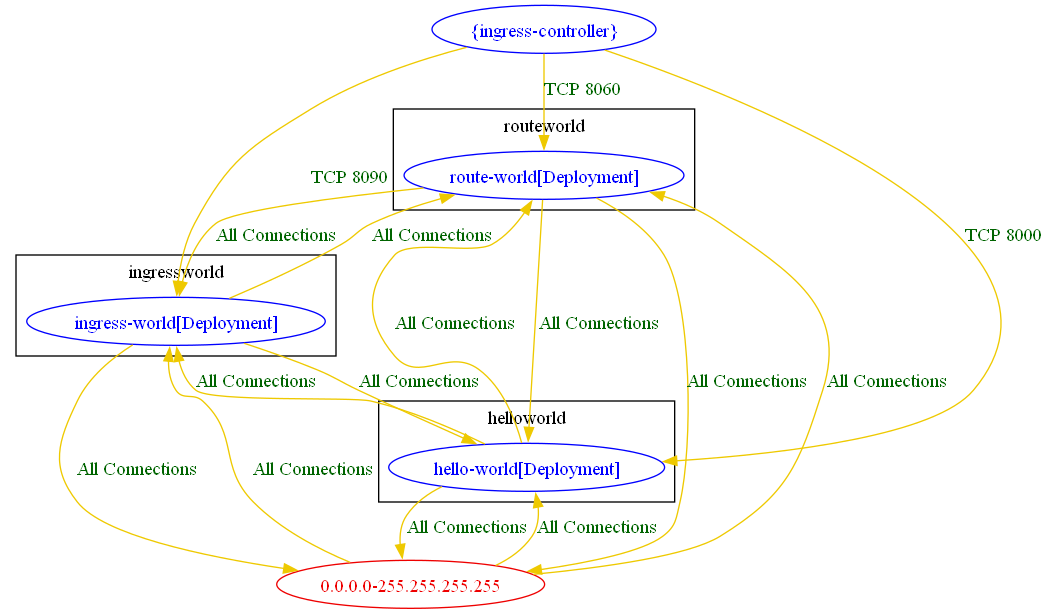
The Graphviz diagram test_outputs/connlist/demo_app_with_routes_and_ingress_connlist_output.dot.png in np-guard/netpol-analyzer, before a commit. Its source is kept beside it as test_outputs/connlist/demo_app_with_routes_and_ingress_connlist_output.dot.
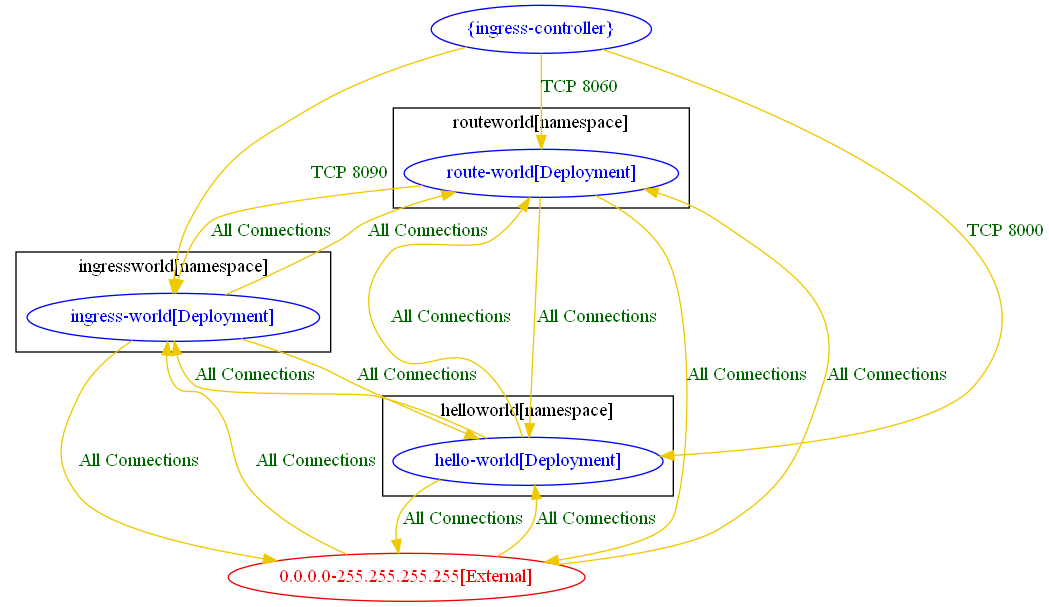
The same diagram one commit later.

Change to the diagram source:
```diff
@@ -1,34 +1,34 @@
 digraph {
-	subgraph "cluster_helloworld" {
+	subgraph "cluster_helloworld[namespace]" {
 		color="black"
 		fontcolor="black"
 		"helloworld/hello-world[Deployment]" [label="hello-world[Deployment]" color="blue" fontcolor="blue"]
-		label="helloworld"
+		label="helloworld[namespace]"
 	}
-	subgraph "cluster_ingressworld" {
+	subgraph "cluster_ingressworld[namespace]" {
 		color="black"
 		fontcolor="black"
 		"ingressworld/ingress-world[Deployment]" [label="ingress-world[Deployment]" color="blue" fontcolor="blue"]
-		label="ingressworld"
+		label="ingressworld[namespace]"
 	}
-	subgraph "cluster_routeworld" {
+	subgraph "cluster_routeworld[namespace]" {
 		color="black"
 		fontcolor="black"
 		"routeworld/route-world[Deployment]" [label="route-world[Deployment]" color="blue" fontcolor="blue"]
-		label="routeworld"
+		label="routeworld[namespace]"
 	}
-	"0.0.0.0-255.255.255.255" [label="0.0.0.0-255.255.255.255" color="red2" fontcolor="red2"]
+	"0.0.0.0-255.255.255.255[External]" [label="0.0.0.0-255.255.255.255[External]" color="red2" fontcolor="red2"]
 	"{ingress-controller}" [label="{ingress-controller}" color="blue" fontcolor="blue"]
-	"0.0.0.0-255.255.255.255" -> "helloworld/hello-world[Deployment]" [label="All Connections" color="gold2" fontcolor="darkgreen" weight=0.5]
-	"0.0.0.0-255.255.255.255" -> "ingressworld/ingress-world[Deployment]" [label="All Connections" color="gold2" fontcolor="darkgreen" weight=0.5]
-	"0.0.0.0-255.255.255.255" -> "routeworld/route-world[Deployment]" [label="All Connections" color="gold2" fontcolor="darkgreen" weight=0.5]
-	"helloworld/hello-world[Deployment]" -> "0.0.0.0-255.255.255.255" [label="All Connections" color="gold2" fontcolor="darkgreen" weight=1]
+	"0.0.0.0-255.255.255.255[External]" -> "helloworld/hello-world[Deployment]" [label="All Connections" color="gold2" fontcolor="darkgreen" weight=0.5]
+	"0.0.0.0-255.255.255.255[External]" -> "ingressworld/ingress-world[Deployment]" [label="All Connections" color="gold2" fontcolor="darkgreen" weight=0.5]
+	"0.0.0.0-255.255.255.255[External]" -> "routeworld/route-world[Deployment]" [label="All Connections" color="gold2" fontcolor="darkgreen" weight=0.5]
+	"helloworld/hello-world[Deployment]" -> "0.0.0.0-255.255.255.255[External]" [label="All Connections" color="gold2" fontcolor="darkgreen" weight=1]
 	"helloworld/hello-world[Deployment]" -> "ingressworld/ingress-world[Deployment]" [label="All Connections" color="gold2" fontcolor="darkgreen" weight=0.5]
 	"helloworld/hello-world[Deployment]" -> "routeworld/route-world[Deployment]" [label="All Connections" color="gold2" fontcolor="darkgreen" weight=0.5]
-	"ingressworld/ingress-world[Deployment]" -> "0.0.0.0-255.255.255.255" [label="All Connections" color="gold2" fontcolor="darkgreen" weight=1]
+	"ingressworld/ingress-world[Deployment]" -> "0.0.0.0-255.255.255.255[External]" [label="All Connections" color="gold2" fontcolor="darkgreen" weight=1]
 	"ingressworld/ingress-world[Deployment]" -> "helloworld/hello-world[Deployment]" [label="All Connections" color="gold2" fontcolor="darkgreen" weight=1]
 	"ingressworld/ingress-world[Deployment]" -> "routeworld/route-world[Deployment]" [label="All Connections" color="gold2" fontcolor="darkgreen" weight=0.5]
-	"routeworld/route-world[Deployment]" -> "0.0.0.0-255.255.255.255" [label="All Connections" color="gold2" fontcolor="darkgreen" weight=1]
+	"routeworld/route-world[Deployment]" -> "0.0.0.0-255.255.255.255[External]" [label="All Connections" color="gold2" fontcolor="darkgreen" weight=1]
 	"routeworld/route-world[Deployment]" -> "helloworld/hello-world[Deployment]" [label="All Connections" color="gold2" fontcolor="darkgreen" weight=1]
 	"routeworld/route-world[Deployment]" -> "ingressworld/ingress-world[Deployment]" [label="All Connections" color="gold2" fontcolor="darkgreen" weight=1]
 	"{ingress-controller}" -> "helloworld/hello-world[Deployment]" [label="TCP 8000" color="gold2" fontcolor="darkgreen" weight=1]
```
